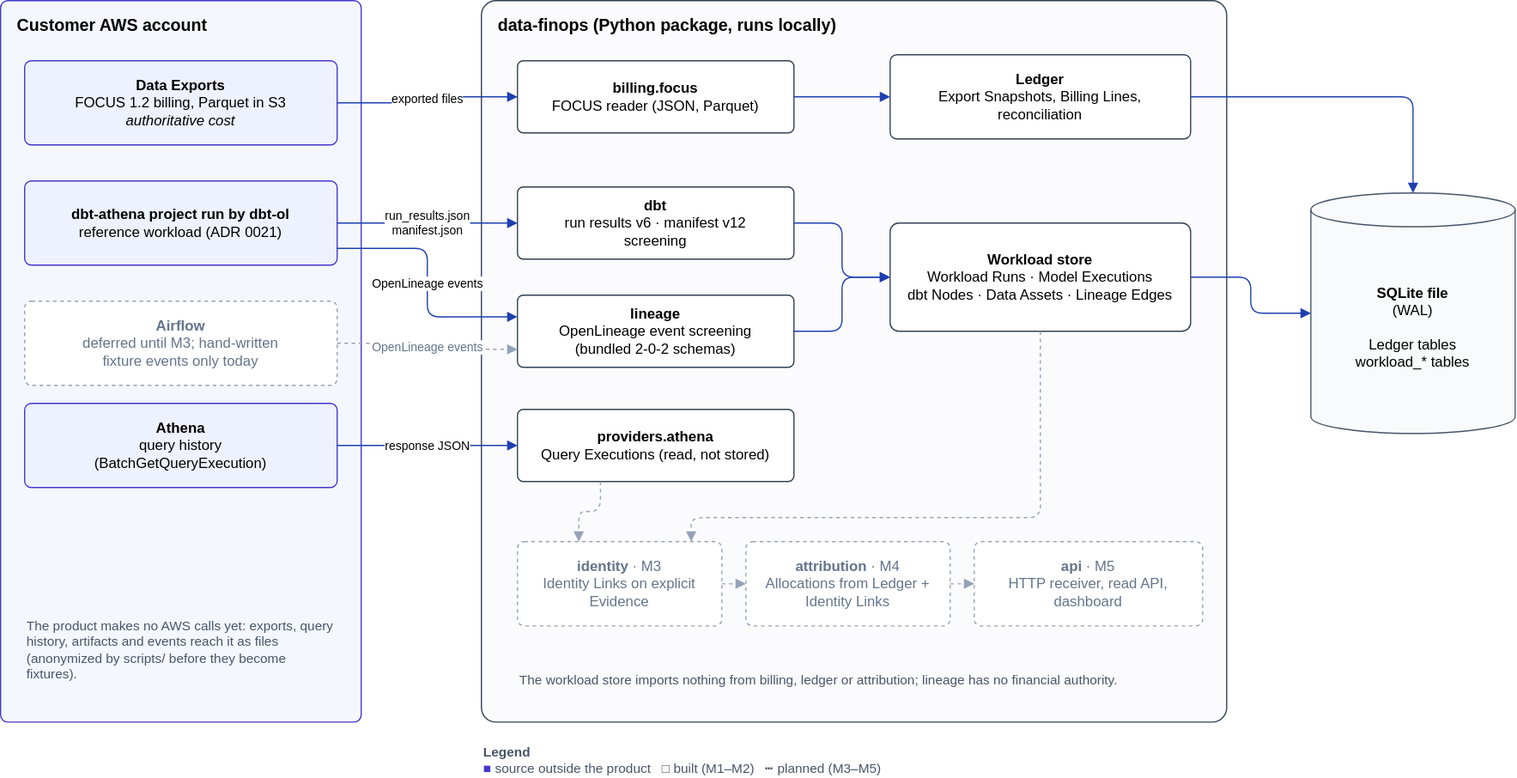
Above: docs/architecture/system-context.drawio.svg in apmalong/data-finops (draw.io), before the change. Source tidied: cells renumbered, new cells last; positions are measured from the earlier drawing's top-left corner, leaving out a move shared by most shapes. Source of this version:
```xml
<mxGraphModel background="#ffffff">
  <root>
    <mxCell id="0" />
    <mxCell id="1" parent="0" />
    <mxCell id="2" value="Customer AWS account" style="fontFamily=Helvetica;fontSize=14;fontStyle=1;html=1;rounded=1;arcSize=2;verticalAlign=top;align=left;spacingLeft=12;spacingTop=6;fillColor=#f5f7ff;strokeColor=#4338ca;" parent="1" vertex="1">
      <mxGeometry width="300" height="600" as="geometry" />
    </mxCell>
    <mxCell id="3" value="data-finops (Python package, runs locally)" style="fontFamily=Helvetica;fontSize=14;fontStyle=1;html=1;rounded=1;arcSize=2;verticalAlign=top;align=left;spacingLeft=12;spacingTop=6;fillColor=#fbfbfd;strokeColor=#334155;" parent="1" vertex="1">
      <mxGeometry x="400" width="620" height="600" as="geometry" />
    </mxCell>
    <mxCell id="4" value="&lt;b&gt;Data Exports&lt;/b&gt;&lt;br&gt;FOCUS 1.2 billing, Parquet in S3&lt;br&gt;&lt;i&gt;authoritative cost&lt;/i&gt;" style="fontFamily=Helvetica;fontSize=12;whiteSpace=wrap;html=1;rounded=1;arcSize=8;fillColor=#eef2ff;strokeColor=#4338ca;" parent="1" vertex="1">
      <mxGeometry x="20" y="50" width="260" height="70" as="geometry" />
    </mxCell>
    <mxCell id="5" value="&lt;b&gt;Athena&lt;/b&gt;&lt;br&gt;query history&lt;br&gt;(BatchGetQueryExecution)" style="fontFamily=Helvetica;fontSize=12;whiteSpace=wrap;html=1;rounded=1;arcSize=8;fillColor=#eef2ff;strokeColor=#4338ca;" parent="1" vertex="1">
      <mxGeometry x="20" y="335" width="260" height="70" as="geometry" />
    </mxCell>
    <mxCell id="6" value="&lt;b&gt;dbt-athena project run by dbt-ol&lt;/b&gt;&lt;br&gt;reference workload (ADR 0021)" style="fontFamily=Helvetica;fontSize=12;whiteSpace=wrap;html=1;rounded=1;arcSize=8;fillColor=#eef2ff;strokeColor=#4338ca;" parent="1" vertex="1">
      <mxGeometry x="20" y="150" width="260" height="70" as="geometry" />
    </mxCell>
    <mxCell id="7" value="&lt;b&gt;Airflow&lt;/b&gt;&lt;br&gt;deferred until M3; hand-written&lt;br&gt;fixture events only today" style="fontFamily=Helvetica;fontSize=12;whiteSpace=wrap;html=1;rounded=1;arcSize=8;fillColor=#ffffff;strokeColor=#94a3b8;dashed=1;fontColor=#64748b;" parent="1" vertex="1">
      <mxGeometry x="20" y="250" width="260" height="70" as="geometry" />
    </mxCell>
    <mxCell id="8" value="The product makes no AWS calls yet: exports, query history, artifacts and events reach it as files (anonymized by scripts/ before they become fixtures)." style="fontFamily=Helvetica;fontSize=11;html=1;whiteSpace=wrap;align=left;strokeColor=none;fillColor=none;fontColor=#475569;" parent="1" vertex="1">
      <mxGeometry x="20" y="505" width="260" height="70" as="geometry" />
    </mxCell>
    <mxCell id="9" value="&lt;b&gt;billing.focus&lt;/b&gt;&lt;br&gt;FOCUS reader (JSON, Parquet)" style="fontFamily=Helvetica;fontSize=12;whiteSpace=wrap;html=1;rounded=1;arcSize=8;fillColor=#ffffff;strokeColor=#334155;" parent="1" vertex="1">
      <mxGeometry x="430" y="50" width="230" height="60" as="geometry" />
    </mxCell>
    <mxCell id="10" value="&lt;b&gt;Ledger&lt;/b&gt;&lt;br&gt;Export Snapshots, Billing Lines,&lt;br&gt;reconciliation" style="fontFamily=Helvetica;fontSize=12;whiteSpace=wrap;html=1;rounded=1;arcSize=8;fillColor=#ffffff;strokeColor=#334155;" parent="1" vertex="1">
      <mxGeometry x="740" y="45" width="250" height="70" as="geometry" />
    </mxCell>
    <mxCell id="11" value="&lt;b&gt;lineage&lt;/b&gt;&lt;br&gt;OpenLineage event screening&lt;br&gt;(bundled 2-0-2 schemas)" style="fontFamily=Helvetica;fontSize=12;whiteSpace=wrap;html=1;rounded=1;arcSize=8;fillColor=#ffffff;strokeColor=#334155;" parent="1" vertex="1">
      <mxGeometry x="430" y="245" width="230" height="60" as="geometry" />
    </mxCell>
    <mxCell id="12" value="&lt;b&gt;dbt&lt;/b&gt;&lt;br&gt;run results v6 · manifest v12&lt;br&gt;screening" style="fontFamily=Helvetica;fontSize=12;whiteSpace=wrap;html=1;rounded=1;arcSize=8;fillColor=#ffffff;strokeColor=#334155;" parent="1" vertex="1">
      <mxGeometry x="430" y="155" width="230" height="60" as="geometry" />
    </mxCell>
    <mxCell id="13" value="&lt;b&gt;Workload store&lt;/b&gt;&lt;br&gt;Workload Runs · Model Executions&lt;br&gt;dbt Nodes · Data Assets · Lineage Edges" style="fontFamily=Helvetica;fontSize=12;whiteSpace=wrap;html=1;rounded=1;arcSize=8;fillColor=#ffffff;strokeColor=#334155;" parent="1" vertex="1">
      <mxGeometry x="740" y="185" width="250" height="90" as="geometry" />
    </mxCell>
    <mxCell id="14" value="&lt;b&gt;providers.athena&lt;/b&gt;&lt;br&gt;Query Executions (read, not stored)" style="fontFamily=Helvetica;fontSize=12;whiteSpace=wrap;html=1;rounded=1;arcSize=8;fillColor=#ffffff;strokeColor=#334155;" parent="1" vertex="1">
      <mxGeometry x="430" y="340" width="230" height="60" as="geometry" />
    </mxCell>
    <mxCell id="15" value="&lt;b&gt;identity&lt;/b&gt; · M3&lt;br&gt;Identity Links on explicit Evidence" style="fontFamily=Helvetica;fontSize=12;whiteSpace=wrap;html=1;rounded=1;arcSize=8;fillColor=#ffffff;strokeColor=#94a3b8;dashed=1;fontColor=#64748b;" parent="1" vertex="1">
      <mxGeometry x="430" y="450" width="170" height="70" as="geometry" />
    </mxCell>
    <mxCell id="16" value="&lt;b&gt;attribution&lt;/b&gt; · M4&lt;br&gt;Allocations from Ledger + Identity Links" style="fontFamily=Helvetica;fontSize=12;whiteSpace=wrap;html=1;rounded=1;arcSize=8;fillColor=#ffffff;strokeColor=#94a3b8;dashed=1;fontColor=#64748b;" parent="1" vertex="1">
      <mxGeometry x="620" y="450" width="170" height="70" as="geometry" />
    </mxCell>
    <mxCell id="17" value="&lt;b&gt;api&lt;/b&gt; · M5&lt;br&gt;HTTP receiver, read API, dashboard" style="fontFamily=Helvetica;fontSize=12;whiteSpace=wrap;html=1;rounded=1;arcSize=8;fillColor=#ffffff;strokeColor=#94a3b8;dashed=1;fontColor=#64748b;" parent="1" vertex="1">
      <mxGeometry x="810" y="450" width="190" height="70" as="geometry" />
    </mxCell>
    <mxCell id="18" value="The workload store imports nothing from billing, ledger or attribution; lineage has no financial authority." style="fontFamily=Helvetica;fontSize=11;html=1;whiteSpace=wrap;align=left;strokeColor=none;fillColor=none;fontColor=#475569;" parent="1" vertex="1">
      <mxGeometry x="430" y="545" width="570" height="40" as="geometry" />
    </mxCell>
    <mxCell id="19" value="&lt;b&gt;SQLite file&lt;/b&gt;&lt;br&gt;(WAL)&lt;br&gt;&lt;br&gt;Ledger tables&lt;br&gt;workload_* tables" style="fontFamily=Helvetica;fontSize=12;whiteSpace=wrap;html=1;shape=cylinder3;boundedLbl=1;size=14;fillColor=#f8fafc;strokeColor=#475569;" parent="1" vertex="1">
      <mxGeometry x="1090" y="160" width="170" height="200" as="geometry" />
    </mxCell>
    <mxCell id="20" value="exported files" style="edgeStyle=orthogonalEdgeStyle;rounded=1;html=1;fontFamily=Helvetica;fontSize=10;strokeColor=#1e40af;endArrow=block;endFill=1;labelBackgroundColor=#ffffff;" parent="1" edge="1" source="4" target="9">
      <mxGeometry relative="1" as="geometry" />
    </mxCell>
    <mxCell id="21" value="response JSON" style="edgeStyle=orthogonalEdgeStyle;rounded=1;html=1;fontFamily=Helvetica;fontSize=10;strokeColor=#1e40af;endArrow=block;endFill=1;labelBackgroundColor=#ffffff;" parent="1" edge="1" source="5" target="14">
      <mxGeometry relative="1" as="geometry" />
    </mxCell>
    <mxCell id="22" value="OpenLineage events" style="edgeStyle=orthogonalEdgeStyle;rounded=1;html=1;fontFamily=Helvetica;fontSize=10;strokeColor=#1e40af;endArrow=block;endFill=1;labelBackgroundColor=#ffffff;exitX=1;exitY=0.8;entryX=0;entryY=0.3;" parent="1" edge="1" source="6" target="11">
      <mxGeometry relative="1" as="geometry" />
    </mxCell>
    <mxCell id="23" value="run_results.json&lt;br&gt;manifest.json" style="edgeStyle=orthogonalEdgeStyle;rounded=1;html=1;fontFamily=Helvetica;fontSize=10;strokeColor=#1e40af;endArrow=block;endFill=1;labelBackgroundColor=#ffffff;" parent="1" edge="1" source="6" target="12">
      <mxGeometry relative="1" as="geometry" />
    </mxCell>
    <mxCell id="24" value="OpenLineage events" style="edgeStyle=orthogonalEdgeStyle;rounded=1;html=1;fontFamily=Helvetica;fontSize=10;strokeColor=#1e40af;endArrow=block;endFill=1;labelBackgroundColor=#ffffff;dashed=1;strokeColor=#94a3b8;fontColor=#64748b;exitX=1;exitY=0.5;entryX=0;entryY=0.75;" parent="1" edge="1" source="7" target="11">
      <mxGeometry relative="1" as="geometry" />
    </mxCell>
    <mxCell id="25" style="edgeStyle=orthogonalEdgeStyle;rounded=1;html=1;fontFamily=Helvetica;fontSize=10;strokeColor=#1e40af;endArrow=block;endFill=1;labelBackgroundColor=#ffffff;" parent="1" edge="1" source="9" target="10">
      <mxGeometry relative="1" as="geometry" />
    </mxCell>
    <mxCell id="26" style="edgeStyle=orthogonalEdgeStyle;rounded=1;html=1;fontFamily=Helvetica;fontSize=10;strokeColor=#1e40af;endArrow=block;endFill=1;labelBackgroundColor=#ffffff;" parent="1" edge="1" source="11" target="13">
      <mxGeometry relative="1" as="geometry" />
    </mxCell>
    <mxCell id="27" style="edgeStyle=orthogonalEdgeStyle;rounded=1;html=1;fontFamily=Helvetica;fontSize=10;strokeColor=#1e40af;endArrow=block;endFill=1;labelBackgroundColor=#ffffff;" parent="1" edge="1" source="12" target="13">
      <mxGeometry relative="1" as="geometry" />
    </mxCell>
    <mxCell id="28" style="edgeStyle=orthogonalEdgeStyle;rounded=1;html=1;fontFamily=Helvetica;fontSize=10;strokeColor=#1e40af;endArrow=block;endFill=1;labelBackgroundColor=#ffffff;" parent="1" edge="1" source="10" target="19">
      <mxGeometry relative="1" as="geometry" />
    </mxCell>
    <mxCell id="29" style="edgeStyle=orthogonalEdgeStyle;rounded=1;html=1;fontFamily=Helvetica;fontSize=10;strokeColor=#1e40af;endArrow=block;endFill=1;labelBackgroundColor=#ffffff;" parent="1" edge="1" source="13" target="19">
      <mxGeometry relative="1" as="geometry" />
    </mxCell>
    <mxCell id="30" style="edgeStyle=orthogonalEdgeStyle;rounded=1;html=1;fontFamily=Helvetica;fontSize=10;strokeColor=#1e40af;endArrow=block;endFill=1;labelBackgroundColor=#ffffff;dashed=1;strokeColor=#94a3b8;fontColor=#64748b;exitX=0.3;exitY=1;entryX=0.3;entryY=0;" parent="1" edge="1" source="14" target="15">
      <mxGeometry relative="1" as="geometry" />
    </mxCell>
    <mxCell id="31" style="edgeStyle=orthogonalEdgeStyle;rounded=1;html=1;fontFamily=Helvetica;fontSize=10;strokeColor=#1e40af;endArrow=block;endFill=1;labelBackgroundColor=#ffffff;dashed=1;strokeColor=#94a3b8;fontColor=#64748b;exitX=0.5;exitY=1;entryX=0.85;entryY=0;" parent="1" edge="1" source="13" target="15">
      <mxGeometry relative="1" as="geometry">
        <Array as="points">
          <mxPoint x="865" y="430" />
          <mxPoint x="574" y="430" />
        </Array>
      </mxGeometry>
    </mxCell>
    <mxCell id="32" style="edgeStyle=orthogonalEdgeStyle;rounded=1;html=1;fontFamily=Helvetica;fontSize=10;strokeColor=#1e40af;endArrow=block;endFill=1;labelBackgroundColor=#ffffff;dashed=1;strokeColor=#94a3b8;fontColor=#64748b;" parent="1" edge="1" source="15" target="16">
      <mxGeometry relative="1" as="geometry" />
    </mxCell>
    <mxCell id="33" style="edgeStyle=orthogonalEdgeStyle;rounded=1;html=1;fontFamily=Helvetica;fontSize=10;strokeColor=#1e40af;endArrow=block;endFill=1;labelBackgroundColor=#ffffff;dashed=1;strokeColor=#94a3b8;fontColor=#64748b;" parent="1" edge="1" source="16" target="17">
      <mxGeometry relative="1" as="geometry" />
    </mxCell>
    <mxCell id="34" value="&lt;b&gt;Legend&lt;/b&gt;&lt;br&gt;&lt;span style=&quot;color:#4338ca&quot;&gt;■&lt;/span&gt; source outside the product &amp;nbsp; &lt;b&gt;□&lt;/b&gt; built (M1–M2) &amp;nbsp; ┅ planned (M3–M5)" style="fontFamily=Helvetica;fontSize=11;html=1;whiteSpace=wrap;align=left;strokeColor=none;fillColor=none;fontColor=#475569;" parent="1" vertex="1">
      <mxGeometry x="400" y="620" width="620" height="24" as="geometry" />
    </mxCell>
  </root>
</mxGraphModel>
```
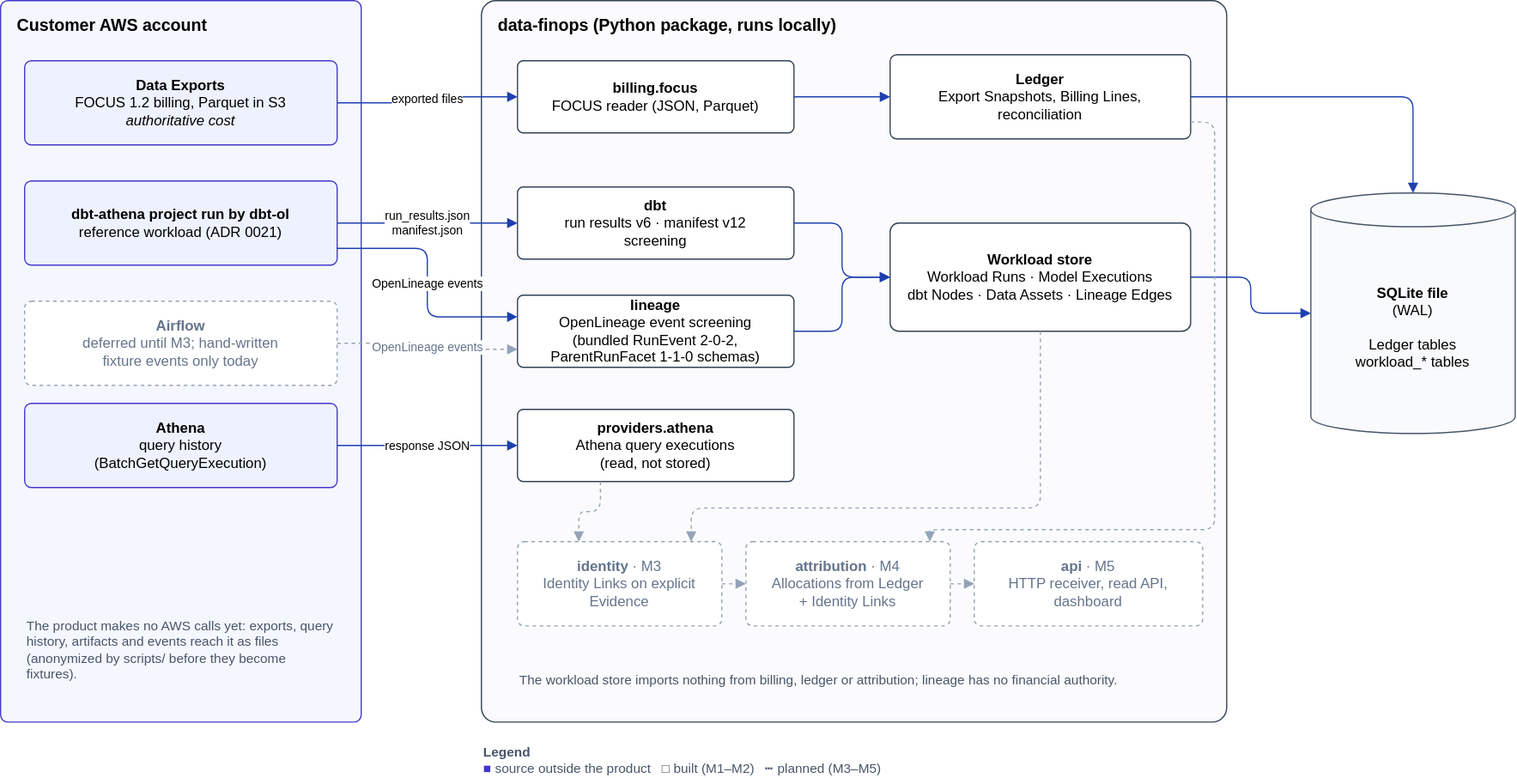
After the change.

Commit message:
Fix review findings in architecture diagrams

Diff of the diagram source:
```diff
@@ -29,7 +29,7 @@
     <mxCell id="10" value="&lt;b&gt;Ledger&lt;/b&gt;&lt;br&gt;Export Snapshots, Billing Lines,&lt;br&gt;reconciliation" style="fontFamily=Helvetica;fontSize=12;whiteSpace=wrap;html=1;rounded=1;arcSize=8;fillColor=#ffffff;strokeColor=#334155;" parent="1" vertex="1">
       <mxGeometry x="740" y="45" width="250" height="70" as="geometry" />
     </mxCell>
-    <mxCell id="11" value="&lt;b&gt;lineage&lt;/b&gt;&lt;br&gt;OpenLineage event screening&lt;br&gt;(bundled 2-0-2 schemas)" style="fontFamily=Helvetica;fontSize=12;whiteSpace=wrap;html=1;rounded=1;arcSize=8;fillColor=#ffffff;strokeColor=#334155;" parent="1" vertex="1">
+    <mxCell id="11" value="&lt;b&gt;lineage&lt;/b&gt;&lt;br&gt;OpenLineage event screening&lt;br&gt;(bundled RunEvent 2-0-2,&lt;br&gt;ParentRunFacet 1-1-0 schemas)" style="fontFamily=Helvetica;fontSize=12;whiteSpace=wrap;html=1;rounded=1;arcSize=8;fillColor=#ffffff;strokeColor=#334155;" parent="1" vertex="1">
       <mxGeometry x="430" y="245" width="230" height="60" as="geometry" />
     </mxCell>
     <mxCell id="12" value="&lt;b&gt;dbt&lt;/b&gt;&lt;br&gt;run results v6 · manifest v12&lt;br&gt;screening" style="fontFamily=Helvetica;fontSize=12;whiteSpace=wrap;html=1;rounded=1;arcSize=8;fillColor=#ffffff;strokeColor=#334155;" parent="1" vertex="1">
@@ -38,13 +38,13 @@
     <mxCell id="13" value="&lt;b&gt;Workload store&lt;/b&gt;&lt;br&gt;Workload Runs · Model Executions&lt;br&gt;dbt Nodes · Data Assets · Lineage Edges" style="fontFamily=Helvetica;fontSize=12;whiteSpace=wrap;html=1;rounded=1;arcSize=8;fillColor=#ffffff;strokeColor=#334155;" parent="1" vertex="1">
       <mxGeometry x="740" y="185" width="250" height="90" as="geometry" />
     </mxCell>
-    <mxCell id="14" value="&lt;b&gt;providers.athena&lt;/b&gt;&lt;br&gt;Query Executions (read, not stored)" style="fontFamily=Helvetica;fontSize=12;whiteSpace=wrap;html=1;rounded=1;arcSize=8;fillColor=#ffffff;strokeColor=#334155;" parent="1" vertex="1">
+    <mxCell id="14" value="&lt;b&gt;providers.athena&lt;/b&gt;&lt;br&gt;Athena query executions&lt;br&gt;(read, not stored)" style="fontFamily=Helvetica;fontSize=12;whiteSpace=wrap;html=1;rounded=1;arcSize=8;fillColor=#ffffff;strokeColor=#334155;" parent="1" vertex="1">
       <mxGeometry x="430" y="340" width="230" height="60" as="geometry" />
     </mxCell>
     <mxCell id="15" value="&lt;b&gt;identity&lt;/b&gt; · M3&lt;br&gt;Identity Links on explicit Evidence" style="fontFamily=Helvetica;fontSize=12;whiteSpace=wrap;html=1;rounded=1;arcSize=8;fillColor=#ffffff;strokeColor=#94a3b8;dashed=1;fontColor=#64748b;" parent="1" vertex="1">
       <mxGeometry x="430" y="450" width="170" height="70" as="geometry" />
     </mxCell>
-    <mxCell id="16" value="&lt;b&gt;attribution&lt;/b&gt; · M4&lt;br&gt;Allocations from Ledger + Identity Links" style="fontFamily=Helvetica;fontSize=12;whiteSpace=wrap;html=1;rounded=1;arcSize=8;fillColor=#ffffff;strokeColor=#94a3b8;dashed=1;fontColor=#64748b;" parent="1" vertex="1">
+    <mxCell id="16" value="&lt;b&gt;attribution&lt;/b&gt; · M4&lt;br&gt;Allocations from Ledger&lt;br&gt;+ Identity Links" style="fontFamily=Helvetica;fontSize=12;whiteSpace=wrap;html=1;rounded=1;arcSize=8;fillColor=#ffffff;strokeColor=#94a3b8;dashed=1;fontColor=#64748b;" parent="1" vertex="1">
       <mxGeometry x="620" y="450" width="170" height="70" as="geometry" />
     </mxCell>
     <mxCell id="17" value="&lt;b&gt;api&lt;/b&gt; · M5&lt;br&gt;HTTP receiver, read API, dashboard" style="fontFamily=Helvetica;fontSize=12;whiteSpace=wrap;html=1;rounded=1;arcSize=8;fillColor=#ffffff;strokeColor=#94a3b8;dashed=1;fontColor=#64748b;" parent="1" vertex="1">
@@ -92,14 +92,23 @@
     <mxCell id="31" style="edgeStyle=orthogonalEdgeStyle;rounded=1;html=1;fontFamily=Helvetica;fontSize=10;strokeColor=#1e40af;endArrow=block;endFill=1;labelBackgroundColor=#ffffff;dashed=1;strokeColor=#94a3b8;fontColor=#64748b;exitX=0.5;exitY=1;entryX=0.85;entryY=0;" parent="1" edge="1" source="13" target="15">
       <mxGeometry relative="1" as="geometry">
         <Array as="points">
-          <mxPoint x="865" y="430" />
-          <mxPoint x="574" y="430" />
+          <mxPoint x="865" y="422" />
+          <mxPoint x="574" y="422" />
         </Array>
       </mxGeometry>
     </mxCell>
     <mxCell id="32" style="edgeStyle=orthogonalEdgeStyle;rounded=1;html=1;fontFamily=Helvetica;fontSize=10;strokeColor=#1e40af;endArrow=block;endFill=1;labelBackgroundColor=#ffffff;dashed=1;strokeColor=#94a3b8;fontColor=#64748b;" parent="1" edge="1" source="15" target="16">
       <mxGeometry relative="1" as="geometry" />
     </mxCell>
+    <mxCell id="35" style="edgeStyle=orthogonalEdgeStyle;rounded=1;html=1;fontFamily=Helvetica;fontSize=10;strokeColor=#1e40af;endArrow=block;endFill=1;labelBackgroundColor=#ffffff;dashed=1;strokeColor=#94a3b8;fontColor=#64748b;exitX=1;exitY=0.8;entryX=0.9;entryY=0;" parent="1" edge="1" source="10" target="16">
+      <mxGeometry relative="1" as="geometry">
+        <Array as="points">
+          <mxPoint x="1010" y="101" />
+          <mxPoint x="1010" y="440" />
+          <mxPoint x="773" y="440" />
+        </Array>
+      </mxGeometry>
+    </mxCell>
     <mxCell id="33" style="edgeStyle=orthogonalEdgeStyle;rounded=1;html=1;fontFamily=Helvetica;fontSize=10;strokeColor=#1e40af;endArrow=block;endFill=1;labelBackgroundColor=#ffffff;dashed=1;strokeColor=#94a3b8;fontColor=#64748b;" parent="1" edge="1" source="16" target="17">
       <mxGeometry relative="1" as="geometry" />
     </mxCell>
```
